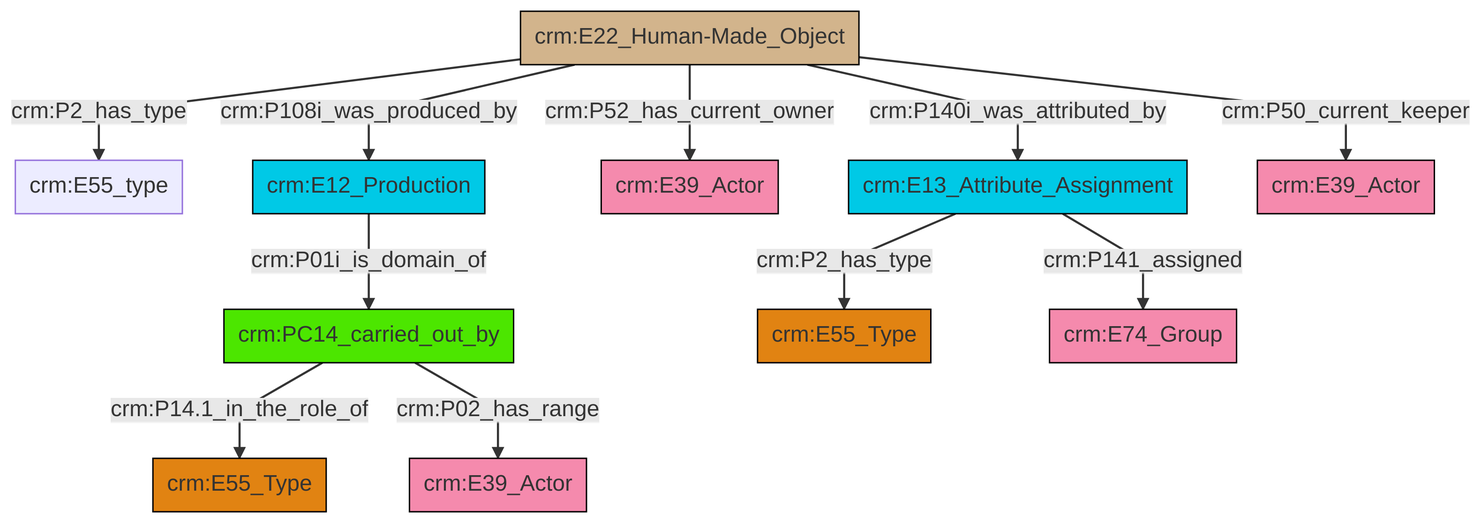
Above: et/artworkCSV/ttl/mmd/png/Artwork_Actor_Relations.png in swiss-art-research-net/docs.swissartresearch (Mermaid), before the change. Its source is kept beside it as et/artworkCSV/ttl/mmd/Artwork_Actor_Relations.ttl.mmd.
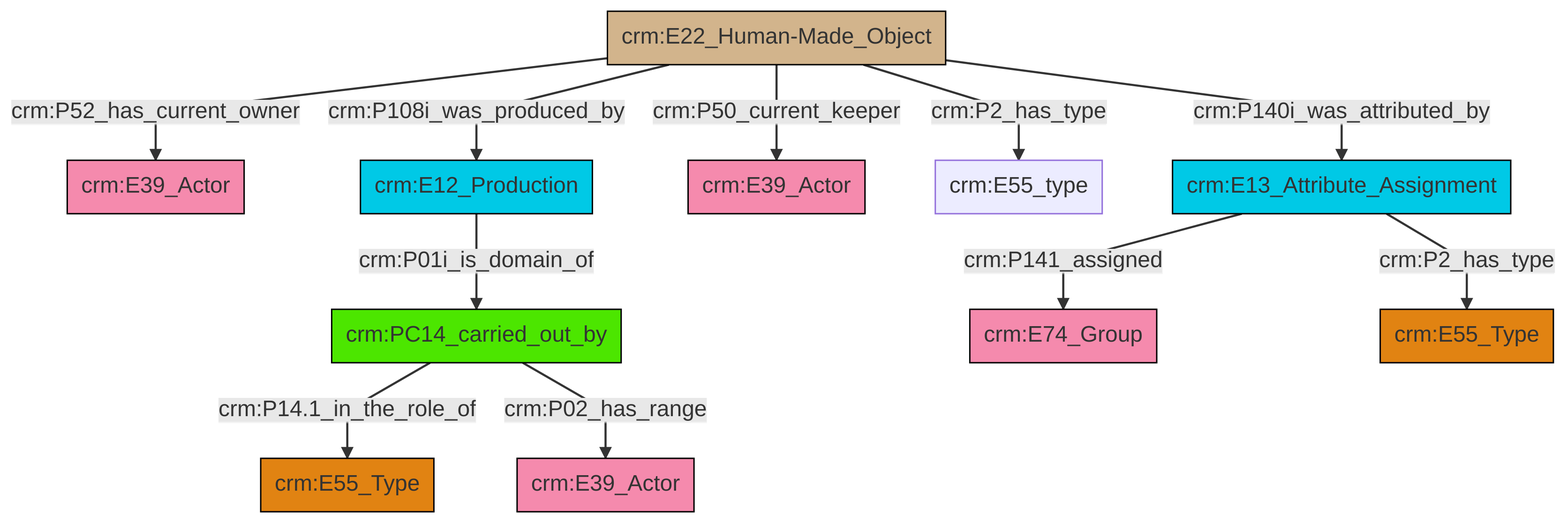
Later version of the same file.

Change to the diagram source:
```diff
@@ -14,12 +14,12 @@
 classDef Multi fill:#cccccc,stroke:#000000;
 
 2["crm:E22_Human-Made_Object"]:::Physical_Thing -->|crm:P140i_was_attributed_by| 3["crm:E13_Attribute_Assignment"]:::Temporal_Entity
-4["crm:PC14_carried_out_by"]:::PC_Classes -->|crm:P14.1_in_the_role_of| 5["crm:E55_Type"]:::Type
-2["crm:E22_Human-Made_Object"]:::Physical_Thing -->|crm:P108i_was_produced_by| 8["crm:E12_Production"]:::Temporal_Entity
-2["crm:E22_Human-Made_Object"]:::Physical_Thing -->|crm:P52_has_current_owner| 6["crm:E39_Actor"]:::Actor
-4["crm:PC14_carried_out_by"]:::PC_Classes -->|crm:P02_has_range| 12["crm:E39_Actor"]:::Actor
-3["crm:E13_Attribute_Assignment"]:::Temporal_Entity -->|crm:P2_has_type| 16["crm:E55_Type"]:::Type
-2["crm:E22_Human-Made_Object"]:::Physical_Thing -->|crm:P2_has_type| 0["crm:E55_type"]:::Default
-8["crm:E12_Production"]:::Temporal_Entity -->|crm:P01i_is_domain_of| 4["crm:PC14_carried_out_by"]:::PC_Classes
-3["crm:E13_Attribute_Assignment"]:::Temporal_Entity -->|crm:P141_assigned| 18["crm:E74_Group"]:::Actor
-2["crm:E22_Human-Made_Object"]:::Physical_Thing -->|crm:P50_current_keeper| 14["crm:E39_Actor"]:::Actor
+8["crm:PC14_carried_out_by"]:::PC_Classes -->|crm:P14.1_in_the_role_of| 9["crm:E55_Type"]:::Type
+3["crm:E13_Attribute_Assignment"]:::Temporal_Entity -->|crm:P141_assigned| 10["crm:E74_Group"]:::Actor
+2["crm:E22_Human-Made_Object"]:::Physical_Thing -->|crm:P52_has_current_owner| 0["crm:E39_Actor"]:::Actor
+2["crm:E22_Human-Made_Object"]:::Physical_Thing -->|crm:P50_current_keeper| 4["crm:E39_Actor"]:::Actor
+19["crm:E12_Production"]:::Temporal_Entity -->|crm:P01i_is_domain_of| 8["crm:PC14_carried_out_by"]:::PC_Classes
+2["crm:E22_Human-Made_Object"]:::Physical_Thing -->|crm:P2_has_type| 15["crm:E55_type"]:::Default
+2["crm:E22_Human-Made_Object"]:::Physical_Thing -->|crm:P108i_was_produced_by| 19["crm:E12_Production"]:::Temporal_Entity
+3["crm:E13_Attribute_Assignment"]:::Temporal_Entity -->|crm:P2_has_type| 11["crm:E55_Type"]:::Type
+8["crm:PC14_carried_out_by"]:::PC_Classes -->|crm:P02_has_range| 6["crm:E39_Actor"]:::Actor
```
